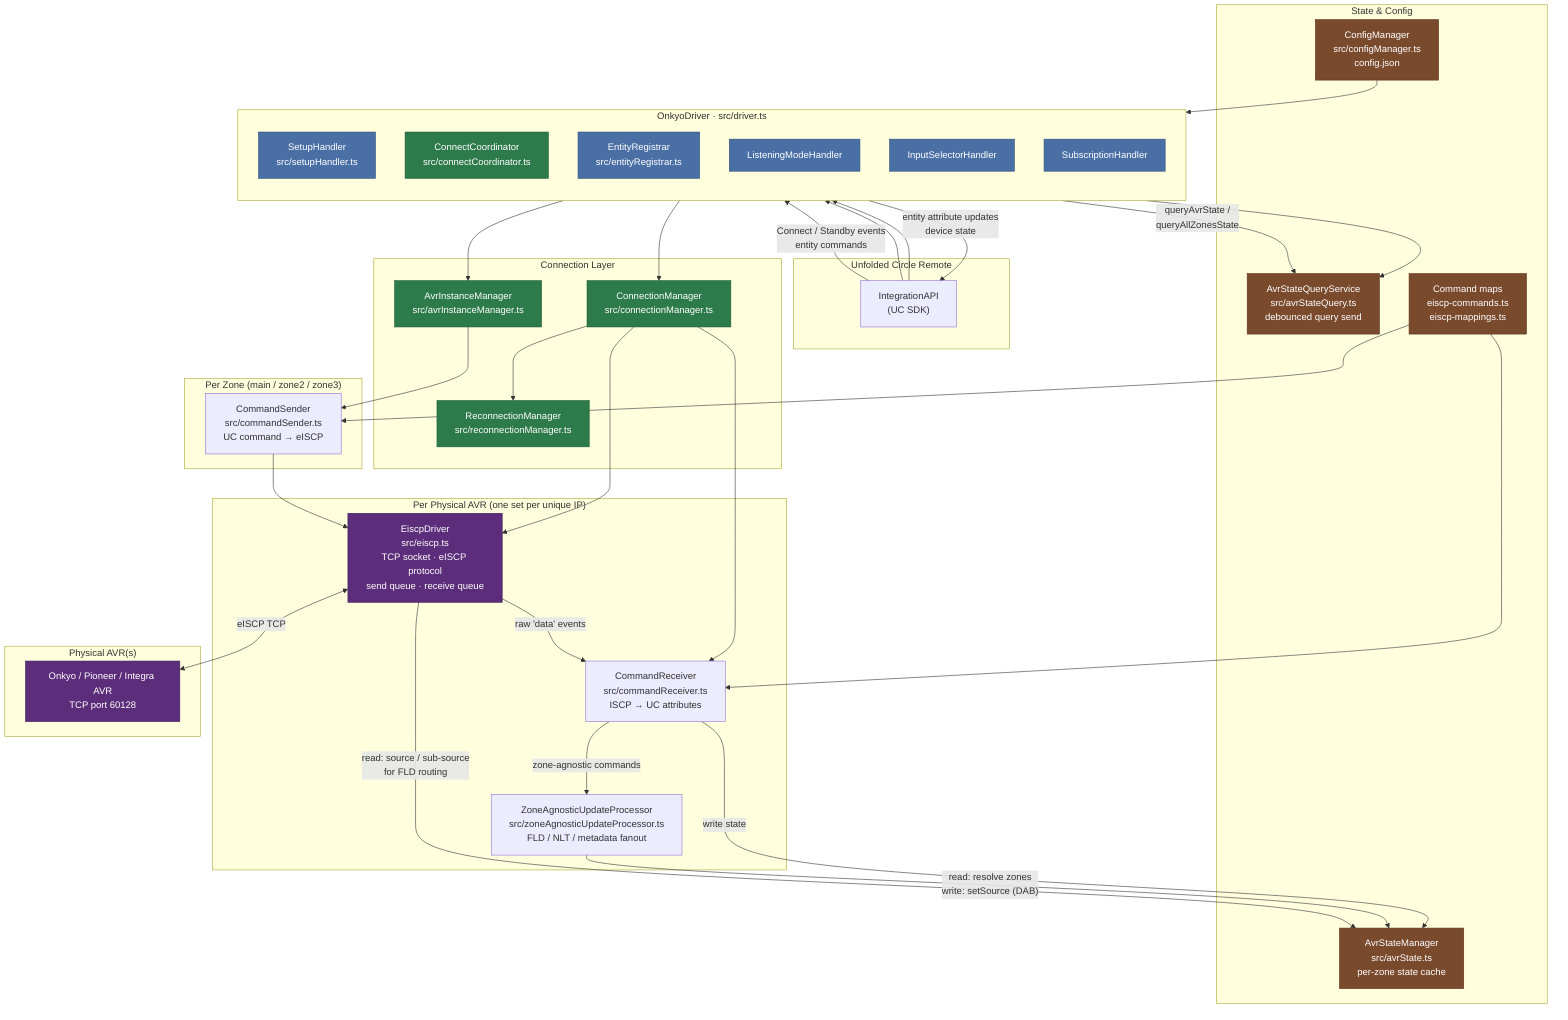
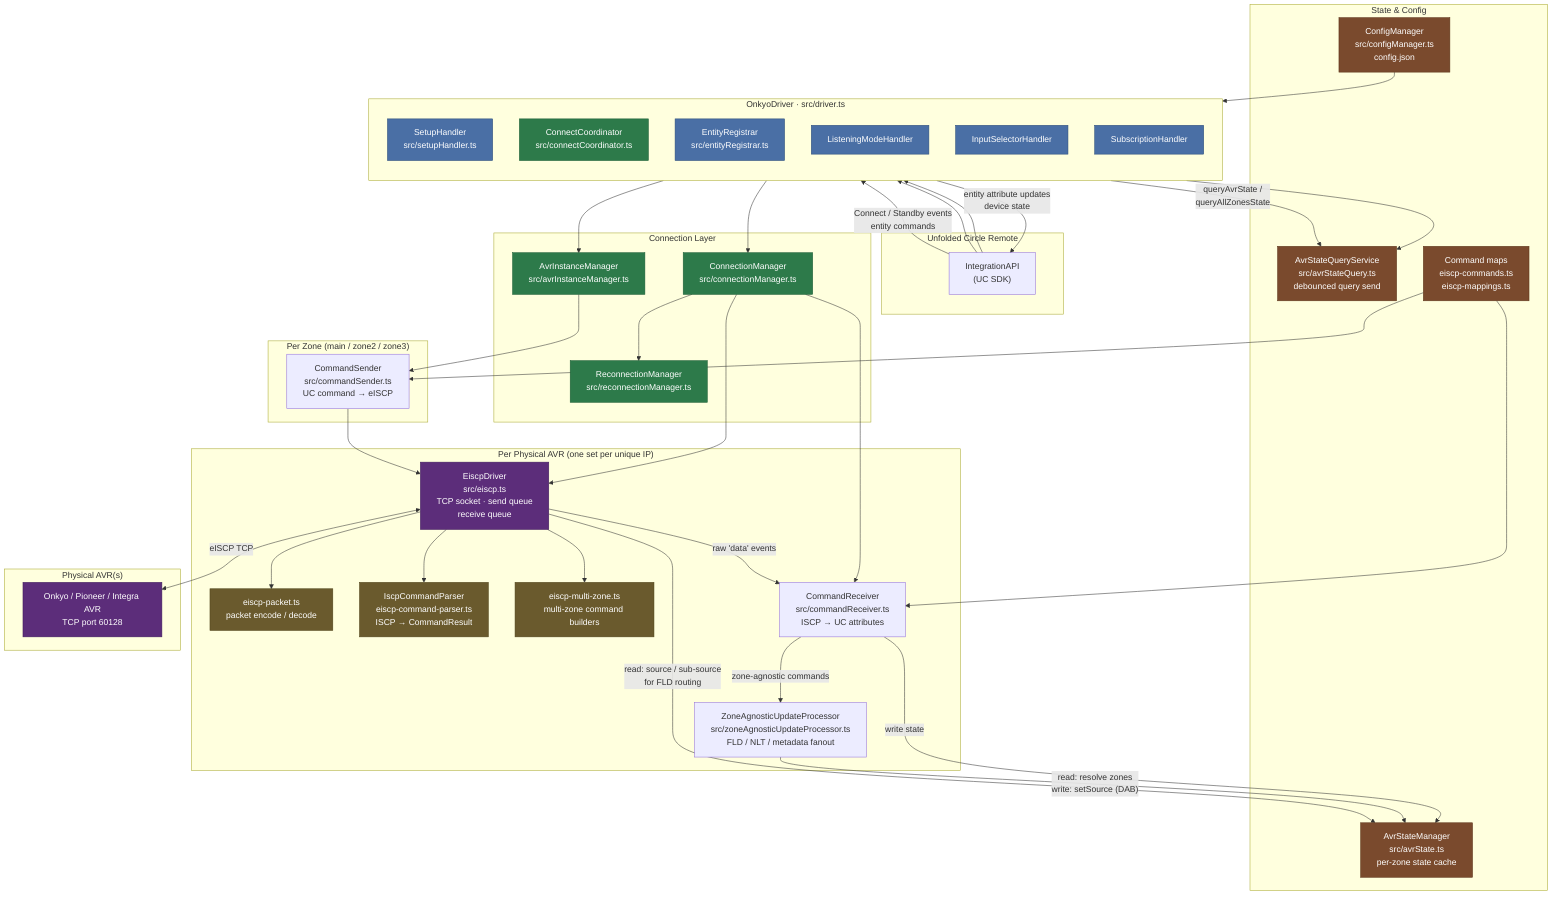
graph TB
    subgraph UC["Unfolded Circle Remote"]
        UCAPI["IntegrationAPI\n(UC SDK)"]
    end

    subgraph Driver["OnkyoDriver  ·  src/driver.ts"]
        direction TB
        SetupH["SetupHandler\nsrc/setupHandler.ts"]
        CC["ConnectCoordinator\nsrc/connectCoordinator.ts"]
        ER["EntityRegistrar\nsrc/entityRegistrar.ts"]
        LMH["ListeningModeHandler"]
        ISH["InputSelectorHandler"]
        SubH["SubscriptionHandler"]
    end

    subgraph ConnLayer["Connection Layer"]
        CM["ConnectionManager\nsrc/connectionManager.ts"]
        RM["ReconnectionManager\nsrc/reconnectionManager.ts"]
        AIM["AvrInstanceManager\nsrc/avrInstanceManager.ts"]
    end

    subgraph PerAVR["Per Physical AVR  (one set per unique IP)"]
-         EISCP["EiscpDriver\nsrc/eiscp.ts\nTCP socket · eISCP protocol\nsend queue · receive queue"]
+         EISCP["EiscpDriver\nsrc/eiscp.ts\nTCP socket · send queue\nreceive queue"]
+         PKT["eiscp-packet.ts\npacket encode / decode"]
+         PARSER["IscpCommandParser\neiscp-command-parser.ts\nISCP → CommandResult"]
+         MZONE["eiscp-multi-zone.ts\nmulti-zone command builders"]
        CR["CommandReceiver\nsrc/commandReceiver.ts\nISCP → UC attributes"]
        ZAUP["ZoneAgnosticUpdateProcessor\nsrc/zoneAgnosticUpdateProcessor.ts\nFLD / NLT / metadata fanout"]
    end

    subgraph PerZone["Per Zone  (main / zone2 / zone3)"]
        CS["CommandSender\nsrc/commandSender.ts\nUC command → eISCP"]
    end

    subgraph State["State & Config"]
        ASM["AvrStateManager\nsrc/avrState.ts\nper-zone state cache"]
        ASQ["AvrStateQueryService\nsrc/avrStateQuery.ts\ndebounced query send"]
        CFG["ConfigManager\nsrc/configManager.ts\nconfig.json"]
        MAPS["Command maps\neiscp-commands.ts\neiscp-mappings.ts"]
    end

    subgraph AVR["Physical AVR(s)"]
        AVRBox["Onkyo / Pioneer / Integra AVR\nTCP port 60128"]
    end

    %% UC ↔ Driver
    UCAPI -- "Connect / Standby events\nentity commands" --> Driver
    Driver -- "entity attribute updates\ndevice state" --> UCAPI

    %% Driver internals
    UCAPI --> SetupH
    UCAPI --> CC
    CC --> CM
    CC --> AIM
    Driver -- "queryAvrState /\nqueryAllZonesState" --> ASQ

    %% Connection layer
    CM --> EISCP
    CM --> CR
    CM --> RM
    AIM --> CS

+     %% EiscpDriver sub-modules
+     EISCP --> PKT
+     EISCP --> PARSER
+     EISCP --> MZONE
+ 
    %% Per-AVR: receive path
    EISCP -- "raw 'data' events" --> CR
    CR -- "zone-agnostic commands" --> ZAUP
    CR -- "write state" --> ASM
    ZAUP -- "read: resolve zones\nwrite: setSource (DAB)" --> ASM

    %% EiscpDriver reads state for FM/NET routing
    EISCP -- "read: source / sub-source\nfor FLD routing" --> ASM

    %% Per-zone: send path
    CS --> EISCP

    %% SubscriptionHandler queries AVR on subscribe
    SubH --> ASQ

    %% State & Config
    CFG --> Driver
    MAPS --> CR
    MAPS --> CS

    %% AVR TCP
    EISCP <-- "eISCP TCP" --> AVRBox

    %% Style
    classDef entry fill:#4a6fa5,color:#fff,stroke:#2d4e7a
    classDef conn fill:#2d7a4a,color:#fff,stroke:#1a5c34
    classDef data fill:#7a4a2d,color:#fff,stroke:#5c3419
    classDef avr fill:#5c2d7a,color:#fff,stroke:#3e1a5c
    class CC,CM,RM,AIM conn
    class ASM,ASQ,CFG,MAPS data
    class EISCP,AVRBox avr
+     class PKT,PARSER,MZONE util
    class SetupH,ER,LMH,ISH,SubH entry
+     classDef util fill:#6a5a2d,color:#fff,stroke:#4e4219
